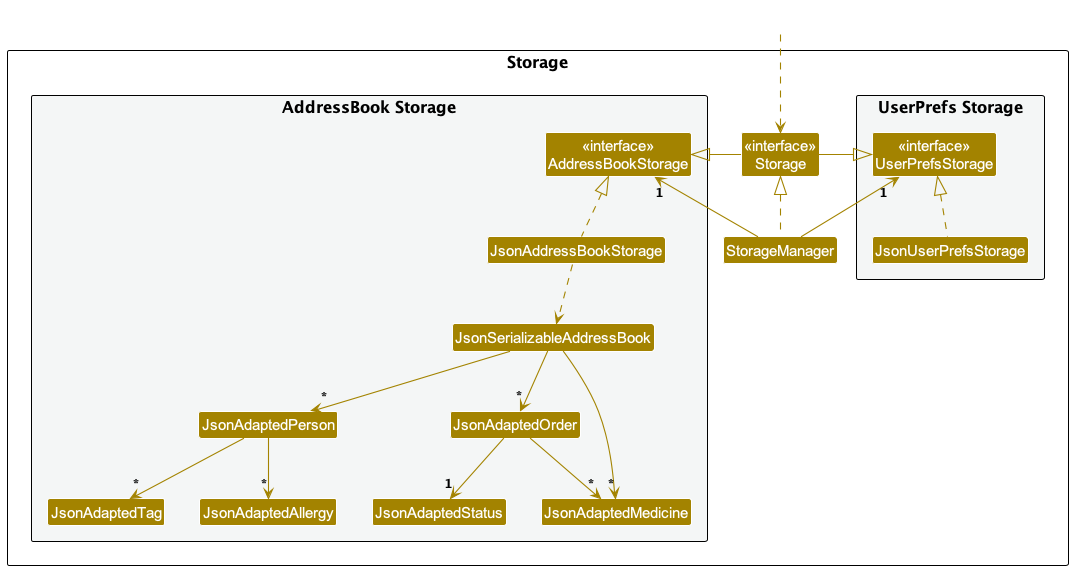
Above: docs/images/PharmHubStorageClassDiagram.png in timetraveller-123/tp (PlantUML), before the change. The source it was exported from:
```plantuml
@startuml
!include style.puml
skinparam arrowThickness 1.1
skinparam arrowColor STORAGE_COLOR
skinparam classBackgroundColor STORAGE_COLOR

package Storage as StoragePackage {

package "UserPrefs Storage" #F4F6F6{
Class "<<interface>>\nUserPrefsStorage" as UserPrefsStorage
Class JsonUserPrefsStorage
}

Class "<<interface>>\nStorage" as Storage
Class StorageManager

package "AddressBook Storage" #F4F6F6{
Class "<<interface>>\nAddressBookStorage" as AddressBookStorage
Class JsonAddressBookStorage
Class JsonSerializableAddressBook
Class JsonAdaptedPerson
Class JsonAdaptedTag
Class JsonAdaptedOrder
Class JsonAdaptedAllergy
Class JsonAdaptedMedicine
Class JsonAdaptedStatus
}

}

Class HiddenOutside #FFFFFF
HiddenOutside ..> Storage

StorageManager .up.|> Storage
StorageManager -up-> "1" UserPrefsStorage
StorageManager -up-> "1" AddressBookStorage

Storage -left-|> UserPrefsStorage
Storage -right-|> AddressBookStorage

JsonUserPrefsStorage .up.|> UserPrefsStorage
JsonAddressBookStorage .up.|> AddressBookStorage
JsonAddressBookStorage ..> JsonSerializableAddressBook
JsonSerializableAddressBook --> "*" JsonAdaptedPerson
JsonSerializableAddressBook --> "*" JsonAdaptedOrder
JsonSerializableAddressBook --> "*" JsonAdaptedMedicine
JsonAdaptedPerson --> "*" JsonAdaptedTag
JsonAdaptedPerson --> "*" JsonAdaptedAllergy
JsonAdaptedOrder --> "1" JsonAdaptedStatus
JsonAdaptedOrder --> "*" JsonAdaptedMedicine

@enduml
```
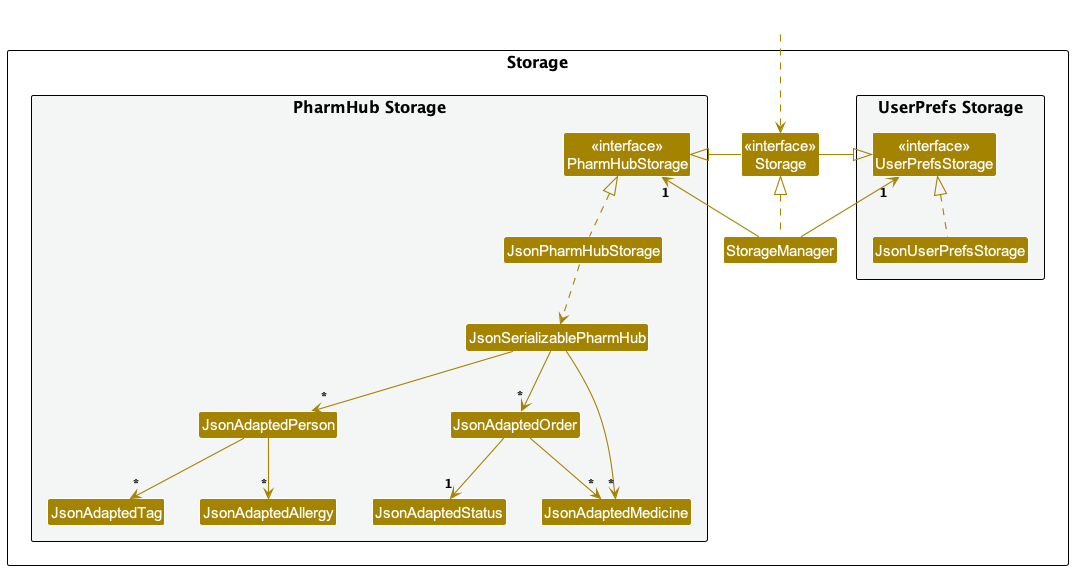
The same diagram one commit later.

The edit, as a diff of the source:
```diff
@@ -14,10 +14,10 @@
 Class "<<interface>>\nStorage" as Storage
 Class StorageManager
 
-package "AddressBook Storage" #F4F6F6{
-Class "<<interface>>\nAddressBookStorage" as AddressBookStorage
-Class JsonAddressBookStorage
-Class JsonSerializableAddressBook
+package "PharmHub Storage" #F4F6F6{
+Class "<<interface>>\nPharmHubStorage" as PharmHubStorage
+Class JsonPharmHubStorage
+Class JsonSerializablePharmHub
 Class JsonAdaptedPerson
 Class JsonAdaptedTag
 Class JsonAdaptedOrder
@@ -33,17 +33,17 @@
 
 StorageManager .up.|> Storage
 StorageManager -up-> "1" UserPrefsStorage
-StorageManager -up-> "1" AddressBookStorage
+StorageManager -up-> "1" PharmHubStorage
 
 Storage -left-|> UserPrefsStorage
-Storage -right-|> AddressBookStorage
+Storage -right-|> PharmHubStorage
 
 JsonUserPrefsStorage .up.|> UserPrefsStorage
-JsonAddressBookStorage .up.|> AddressBookStorage
-JsonAddressBookStorage ..> JsonSerializableAddressBook
-JsonSerializableAddressBook --> "*" JsonAdaptedPerson
-JsonSerializableAddressBook --> "*" JsonAdaptedOrder
-JsonSerializableAddressBook --> "*" JsonAdaptedMedicine
+JsonPharmHubStorage .up.|> PharmHubStorage
+JsonPharmHubStorage ..> JsonSerializablePharmHub
+JsonSerializablePharmHub --> "*" JsonAdaptedPerson
+JsonSerializablePharmHub --> "*" JsonAdaptedOrder
+JsonSerializablePharmHub --> "*" JsonAdaptedMedicine
 JsonAdaptedPerson --> "*" JsonAdaptedTag
 JsonAdaptedPerson --> "*" JsonAdaptedAllergy
 JsonAdaptedOrder --> "1" JsonAdaptedStatus
```
